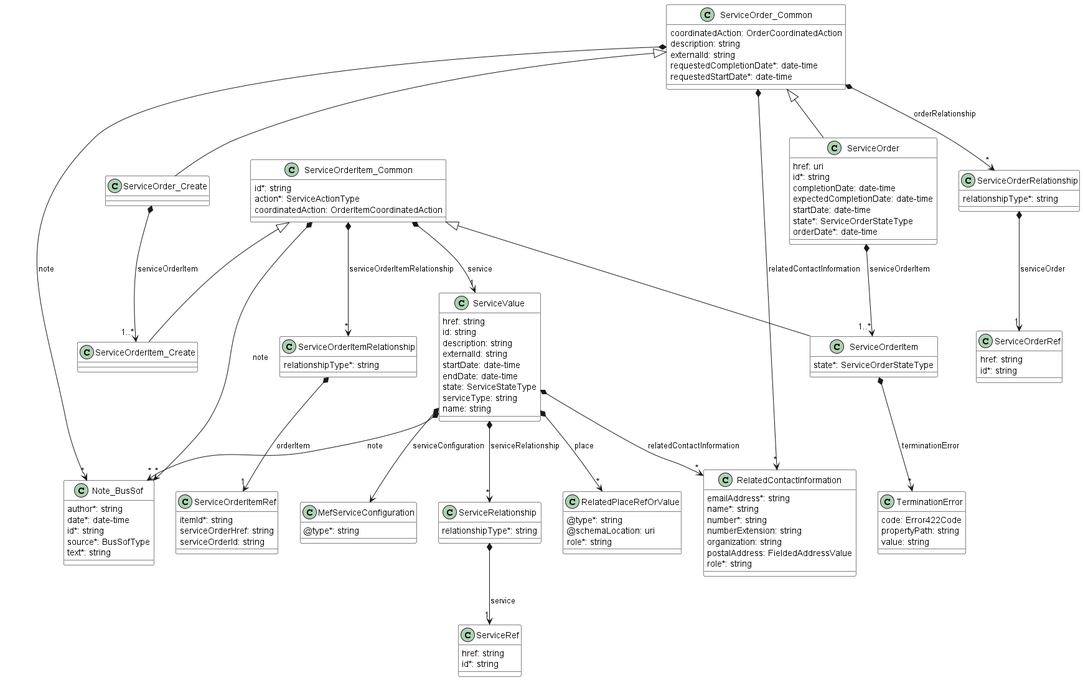
Above: documentation/serviceApi/order/media/serviceOrderModel.png in MEF-GIT/MEF-LSO-Legato-SDK (PlantUML), before the change. Its diagram source:
```plantuml
@startuml
skinparam {
    ClassBackgroundColor White
    ClassBorderColor Black
}

class ServiceOrder_Common {

    coordinatedAction: OrderCoordinatedAction
    description: string
    externalId: string
    requestedCompletionDate*: date-time
    requestedStartDate*: date-time
}


class ServiceOrder_Create {

}
ServiceOrder_Common <|-- ServiceOrder_Create

ServiceOrder_Common *-->"*" Note_BusSof : note
ServiceOrder_Common *-->"*" ServiceOrderRelationship : orderRelationship
ServiceOrder_Common *-->"*" RelatedContactInformation : relatedContactInformation


class ServiceOrder {

    href: uri
    id*: string
    completionDate: date-time
    expectedCompletionDate: date-time
    startDate: date-time
    state*: ServiceOrderStateType
    orderDate*: date-time
}
ServiceOrder_Common <|-- ServiceOrder

ServiceOrder *-->"1..*" ServiceOrderItem : serviceOrderItem

ServiceOrder_Create *-->"1..*" ServiceOrderItem_Create : serviceOrderItem


class Note_BusSof {

    author*: string
    date*: date-time
    id*: string
    source*: BusSofType
    text*: string
}

class ServiceOrderRef {

    href: string
    id*: string
}



class ServiceOrderRelationship {

    relationshipType*: string
}

ServiceOrderRelationship *-->"1" ServiceOrderRef : serviceOrder


class ServiceOrderItem_Common {

    id*: string
    action*: ServiceActionType
    coordinatedAction: OrderItemCoordinatedAction
}

ServiceOrderItem_Common *-->"*" Note_BusSof : note
ServiceOrderItem_Common *-->"1" ServiceValue : service
ServiceOrderItem_Common *-->"*" ServiceOrderItemRelationship : serviceOrderItemRelationship


class ServiceOrderItem_Create {

}
ServiceOrderItem_Common <|-- ServiceOrderItem_Create



class ServiceOrderItem {

    state*: ServiceOrderStateType
}
ServiceOrderItem *-->"*" TerminationError : terminationError
ServiceOrderItem_Common <|-- ServiceOrderItem


class TerminationError {

    code: Error422Code
    propertyPath: string
    value: string
}


class RelatedContactInformation {

    emailAddress*: string
    name*: string
    number*: string
    numberExtension: string
    organization: string
    postalAddress: FieldedAddressValue
    role*: string
}

class ServiceOrderItemRelationship {

    relationshipType*: string
}

ServiceOrderItemRelationship *-->"1" ServiceOrderItemRef : orderItem


class ServiceOrderItemRef {

    itemId*: string
    serviceOrderHref: string
    serviceOrderId: string
}


class ServiceRef {

    href: string
    id*: string
}



class ServiceValue {

    href: string
    id: string
    description: string
    externalId: string
    startDate: date-time
    endDate: date-time
    state: ServiceStateType
    serviceType: string
    name: string
}

ServiceValue *-->"*" Note_BusSof : note
ServiceValue *-->"*" ServiceRelationship : serviceRelationship
ServiceValue *-->"*" RelatedContactInformation : relatedContactInformation
ServiceValue *-->"*" RelatedPlaceRefOrValue : place
ServiceValue *--> MefServiceConfiguration : serviceConfiguration


class ServiceRelationship {

    relationshipType*: string
}

ServiceRelationship *--> "1" ServiceRef : service


class RelatedPlaceRefOrValue {

    @type*: string
    @schemaLocation: uri
    role*: string
}



class MefServiceConfiguration {

    @type*: string
}


@enduml
```
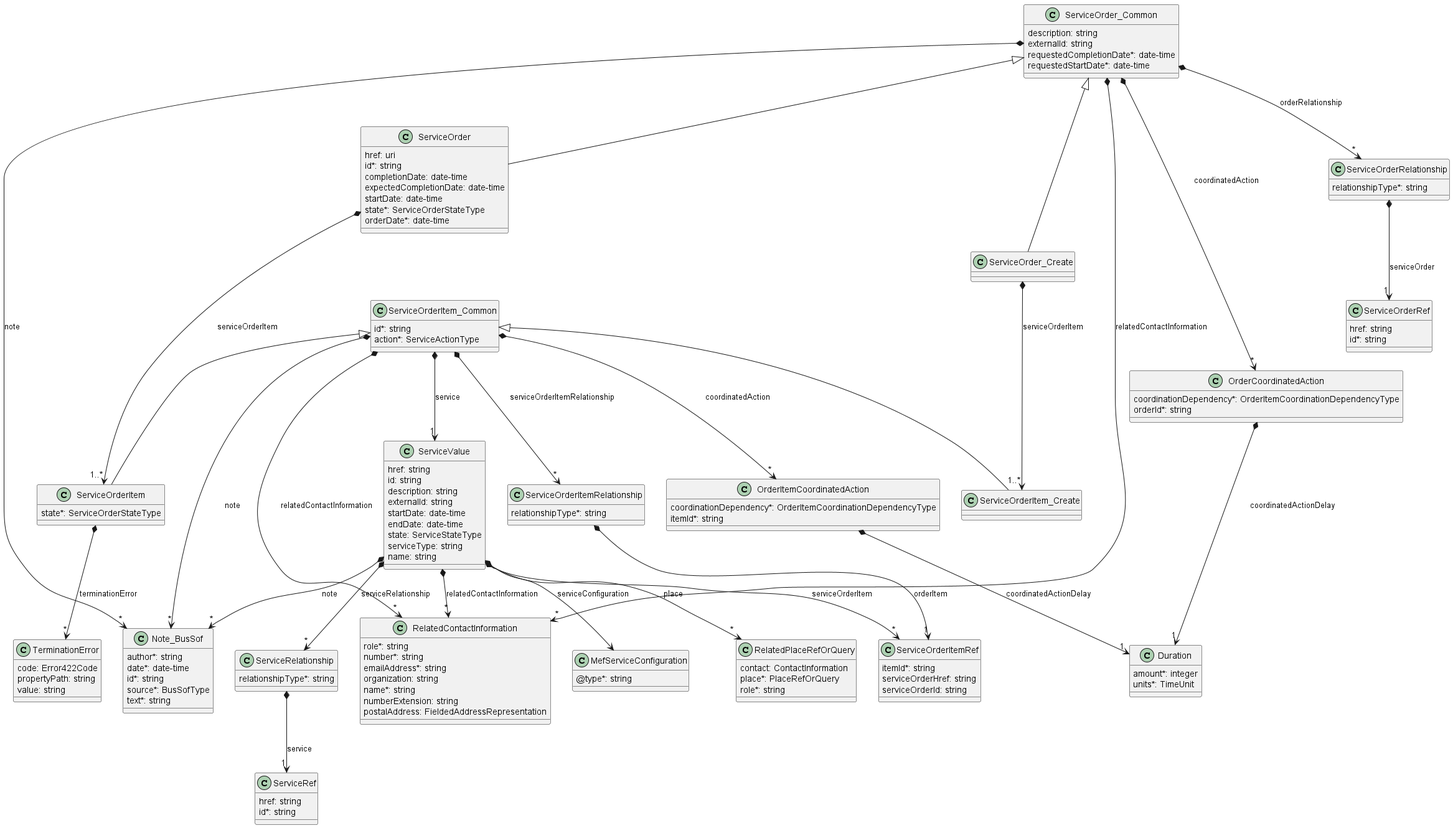
Above is the later version.

Change to the diagram source:
```diff
@@ -1,28 +1,67 @@
 @startuml
-skinparam {
-    ClassBackgroundColor White
-    ClassBorderColor Black
-}
 
-class ServiceOrder_Common {
+ServiceOrderItem_Common -u[hidden]-> ServiceOrder
+class Duration {
 
-    coordinatedAction: OrderCoordinatedAction
-    description: string
-    externalId: string
-    requestedCompletionDate*: date-time
-    requestedStartDate*: date-time
+    amount*: integer
+    units*: TimeUnit
 }
 
 
-class ServiceOrder_Create {
 
+class MefServiceConfiguration {
+
+    @type*: string
 }
-ServiceOrder_Common <|-- ServiceOrder_Create
 
-ServiceOrder_Common *-->"*" Note_BusSof : note
-ServiceOrder_Common *-->"*" ServiceOrderRelationship : orderRelationship
-ServiceOrder_Common *-->"*" RelatedContactInformation : relatedContactInformation
 
+
+class Note_BusSof {
+
+    author*: string
+    date*: date-time
+    id*: string
+    source*: BusSofType
+    text*: string
+}
+
+
+
+class OrderCoordinatedAction {
+
+    coordinationDependency*: OrderItemCoordinationDependencyType
+    orderId*: string
+}
+
+OrderCoordinatedAction *-->"1" Duration : coordinatedActionDelay
+
+
+class OrderItemCoordinatedAction {
+
+    coordinationDependency*: OrderItemCoordinationDependencyType
+    itemId*: string
+}
+
+OrderItemCoordinatedAction *-->"1" Duration : coordinatedActionDelay
+
+
+class RelatedContactInformation {
+
+    role*: string
+    number*: string
+    emailAddress*: string
+    organization: string
+    name*: string
+    numberExtension: string
+    postalAddress: FieldedAddressRepresentation
+}
+
+
+class RelatedPlaceRefOrQuery {
+    contact: ContactInformation
+    place*: PlaceRefOrQuery
+    role*: string
+}
 
 class ServiceOrder {
 
@@ -38,17 +77,52 @@
 
 ServiceOrder *-->"1..*" ServiceOrderItem : serviceOrderItem
 
-ServiceOrder_Create *-->"1..*" ServiceOrderItem_Create : serviceOrderItem
+
+class ServiceOrderItem {
+
+    state*: ServiceOrderStateType
+}
+ServiceOrderItem_Common <|-- ServiceOrderItem
+
+ServiceOrderItem *-->"*" TerminationError : terminationError
 
 
-class Note_BusSof {
+class ServiceOrderItemRef {
 
-    author*: string
-    date*: date-time
+    itemId*: string
+    serviceOrderHref: string
+    serviceOrderId: string
+}
+
+
+
+class ServiceOrderItemRelationship {
+
+    relationshipType*: string
+}
+
+ServiceOrderItemRelationship *-->"1" ServiceOrderItemRef : orderItem
+
+
+class ServiceOrderItem_Common {
+
     id*: string
-    source*: BusSofType
-    text*: string
+    action*: ServiceActionType
 }
+
+ServiceOrderItem_Common *-->"*" OrderItemCoordinatedAction : coordinatedAction
+ServiceOrderItem_Common *-->"*" Note_BusSof : note
+ServiceOrderItem_Common *-->"*" RelatedContactInformation : relatedContactInformation
+ServiceOrderItem_Common *-->"1" ServiceValue : service
+ServiceOrderItem_Common *-->"*" ServiceOrderItemRelationship : serviceOrderItemRelationship
+
+
+class ServiceOrderItem_Create {
+
+}
+ServiceOrderItem_Common <|-- ServiceOrderItem_Create
+
+
 
 class ServiceOrderRef {
 
@@ -65,67 +139,26 @@
 
 ServiceOrderRelationship *-->"1" ServiceOrderRef : serviceOrder
 
+class ServiceOrder_Common {
 
-class ServiceOrderItem_Common {
-
-    id*: string
-    action*: ServiceActionType
-    coordinatedAction: OrderItemCoordinatedAction
+    description: string
+    externalId: string
+    requestedCompletionDate*: date-time
+    requestedStartDate*: date-time
 }
 
-ServiceOrderItem_Common *-->"*" Note_BusSof : note
-ServiceOrderItem_Common *-->"1" ServiceValue : service
-ServiceOrderItem_Common *-->"*" ServiceOrderItemRelationship : serviceOrderItemRelationship
+ServiceOrder_Common *-->"*" OrderCoordinatedAction : coordinatedAction
+ServiceOrder_Common *-->"*" Note_BusSof : note
+ServiceOrder_Common *-->"*" ServiceOrderRelationship : orderRelationship
+ServiceOrder_Common *-->"*" RelatedContactInformation : relatedContactInformation
 
 
-class ServiceOrderItem_Create {
+class ServiceOrder_Create {
 
 }
-ServiceOrderItem_Common <|-- ServiceOrderItem_Create
+ServiceOrder_Common <|-- ServiceOrder_Create
 
-
-
-class ServiceOrderItem {
-
-    state*: ServiceOrderStateType
-}
-ServiceOrderItem *-->"*" TerminationError : terminationError
-ServiceOrderItem_Common <|-- ServiceOrderItem
-
-
-class TerminationError {
-
-    code: Error422Code
-    propertyPath: string
-    value: string
-}
-
-
-class RelatedContactInformation {
-
-    emailAddress*: string
-    name*: string
-    number*: string
-    numberExtension: string
-    organization: string
-    postalAddress: FieldedAddressValue
-    role*: string
-}
-
-class ServiceOrderItemRelationship {
-
-    relationshipType*: string
-}
-
-ServiceOrderItemRelationship *-->"1" ServiceOrderItemRef : orderItem
-
-
-class ServiceOrderItemRef {
-
-    itemId*: string
-    serviceOrderHref: string
-    serviceOrderId: string
-}
+ServiceOrder_Create *-->"1..*" ServiceOrderItem_Create : serviceOrderItem
 
 
 class ServiceRef {
@@ -135,6 +168,13 @@
 }
 
 
+
+class ServiceRelationship {
+
+    relationshipType*: string
+}
+
+ServiceRelationship *-->"1" ServiceRef : service
 
 class ServiceValue {
 
@@ -152,30 +192,16 @@
 ServiceValue *-->"*" Note_BusSof : note
 ServiceValue *-->"*" ServiceRelationship : serviceRelationship
 ServiceValue *-->"*" RelatedContactInformation : relatedContactInformation
-ServiceValue *-->"*" RelatedPlaceRefOrValue : place
+ServiceValue *-->"*" RelatedPlaceRefOrQuery : place
 ServiceValue *--> MefServiceConfiguration : serviceConfiguration
+ServiceValue *-->"*" ServiceOrderItemRef : serviceOrderItem
 
 
-class ServiceRelationship {
+class TerminationError {
 
-    relationshipType*: string
-}
-
-ServiceRelationship *--> "1" ServiceRef : service
-
-
-class RelatedPlaceRefOrValue {
-
-    @type*: string
-    @schemaLocation: uri
-    role*: string
-}
-
-
-
-class MefServiceConfiguration {
-
-    @type*: string
+    code: Error422Code
+    propertyPath: string
+    value: string
 }
 
 
```
